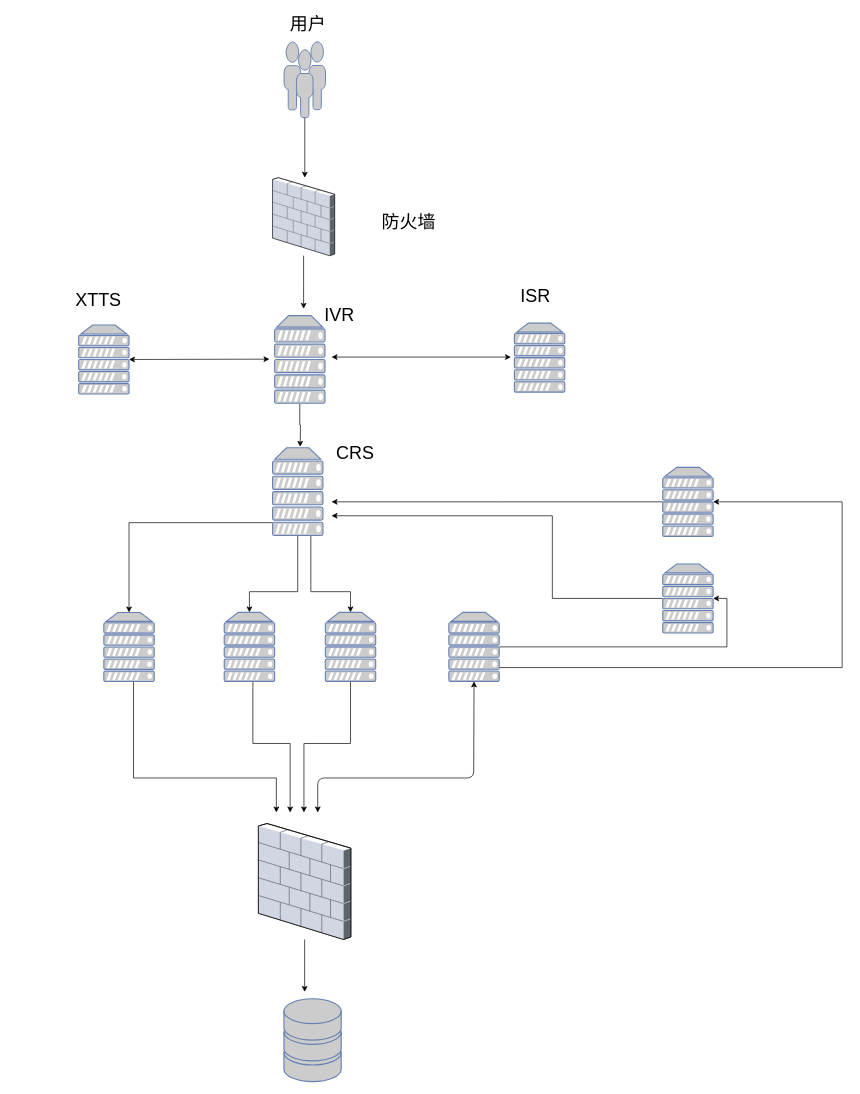
The draw.io diagram page "Page-1" (1 of 2) of 114智能查号物理架构 (1).drawio in baochao1/Myblogs.github.io, before the edit. Source tidied: cells renumbered, new cells numbered last; positions are measured from the earlier drawing's top-left corner, leaving out a move shared by most shapes. Both pictures are drawn from the tidied source at 69%, with x=0, y=0 at pixel (73, 12).
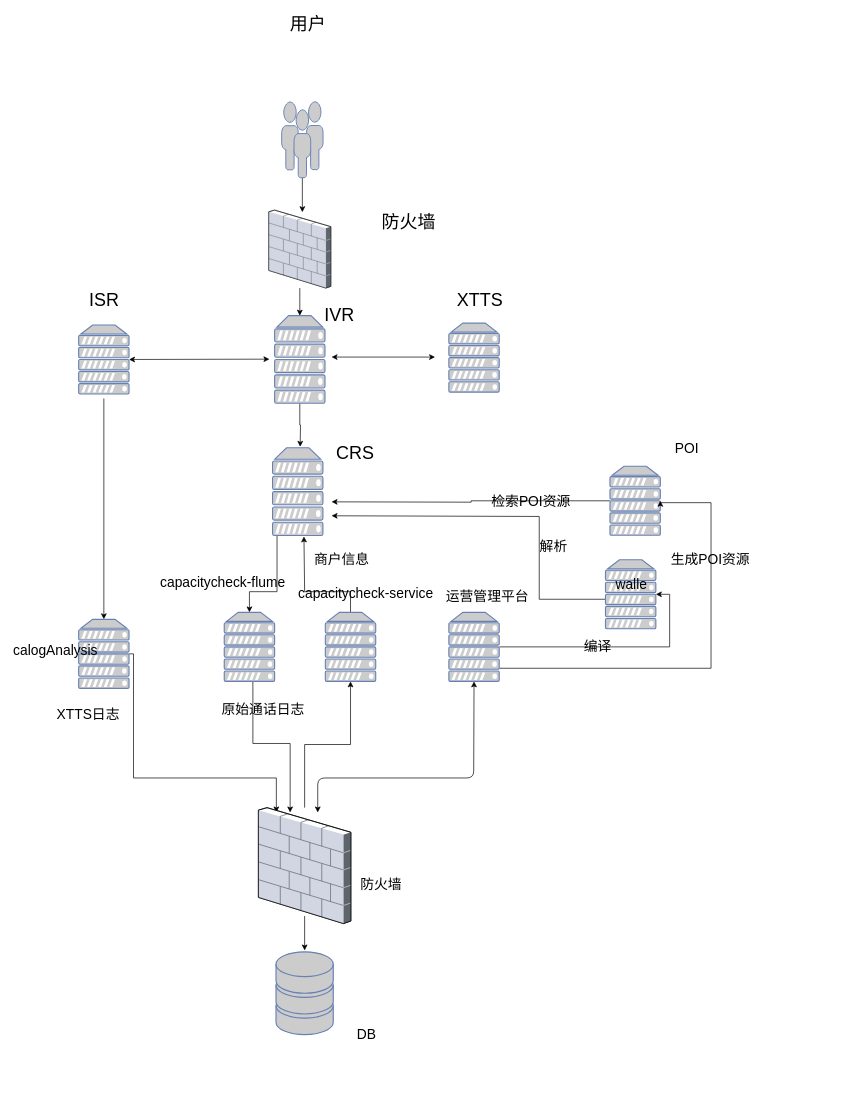
The same diagram, later.

Commit message:
Update 114智能查号物理架构 (1).drawio

The change refers to these unchanged cells:
```xml
<mxCell id="8" style="fontColor=#0066CC;verticalAlign=top;verticalLabelPosition=bottom;labelPosition=center;align=center;html=1;outlineConnect=0;fillColor=#CCCCCC;strokeColor=#6881B3;gradientColor=none;gradientDirection=north;strokeWidth=2;shape=mxgraph.networks.server;" parent="1" vertex="1">
  <mxGeometry x="288.5" y="631.5" width="73" height="127" as="geometry" />
</mxCell>
<mxCell id="10" style="fontColor=#0066CC;verticalAlign=top;verticalLabelPosition=bottom;labelPosition=center;align=center;html=1;outlineConnect=0;fillColor=#CCCCCC;strokeColor=#6881B3;gradientColor=none;gradientDirection=north;strokeWidth=2;shape=mxgraph.networks.server;" parent="1" vertex="1">
  <mxGeometry x="218.5" y="870" width="73" height="100" as="geometry" />
</mxCell>
<mxCell id="20" style="fontColor=#0066CC;verticalAlign=top;verticalLabelPosition=bottom;labelPosition=center;align=center;html=1;outlineConnect=0;fillColor=#CCCCCC;strokeColor=#6881B3;gradientColor=none;gradientDirection=north;strokeWidth=2;shape=mxgraph.networks.server;" parent="1" vertex="1">
  <mxGeometry x="291.5" y="440" width="73" height="127" as="geometry" />
</mxCell>
<mxCell id="24" style="fontColor=#0066CC;verticalAlign=top;verticalLabelPosition=bottom;labelPosition=center;align=center;html=1;outlineConnect=0;fillColor=#CCCCCC;strokeColor=#6881B3;gradientColor=none;gradientDirection=north;strokeWidth=2;shape=mxgraph.networks.server;" parent="1" vertex="1">
  <mxGeometry x="365" y="870" width="73" height="100" as="geometry" />
</mxCell>
<mxCell id="27" style="fontColor=#0066CC;verticalAlign=top;verticalLabelPosition=bottom;labelPosition=center;align=center;html=1;outlineConnect=0;fillColor=#CCCCCC;strokeColor=#6881B3;gradientColor=none;gradientDirection=north;strokeWidth=2;shape=mxgraph.networks.server;" parent="1" vertex="1">
  <mxGeometry x="544" y="870" width="73" height="100" as="geometry" />
</mxCell>
```

What changed in the source:
```diff
@@
     <mxCell id="2" style="fontColor=#0066CC;verticalAlign=top;verticalLabelPosition=bottom;labelPosition=center;align=center;html=1;fillColor=#CCCCCC;strokeColor=#6881B3;gradientColor=none;gradientDirection=north;strokeWidth=2;shape=mxgraph.networks.storage;" parent="1" vertex="1">
-      <mxGeometry x="305" y="1430" width="83" height="120" as="geometry" />
+      <mxGeometry x="293.5" y="1362" width="83" height="120" as="geometry" />
     </mxCell>
@@
-    <mxCell id="5" style="edgeStyle=orthogonalEdgeStyle;rounded=0;jettySize=auto;html=1;entryX=0.5;entryY=0;entryDx=0;entryDy=0;entryPerimeter=0;" parent="1" edge="1" source="8" target="31">
+    <mxCell id="5" style="edgeStyle=orthogonalEdgeStyle;rounded=0;orthogonalLoop=1;jettySize=auto;html=1;" parent="1" edge="1">
       <mxGeometry relative="1" as="geometry">
+        <mxPoint x="44" y="560" as="sourcePoint" />
+        <mxPoint x="44" y="880" as="targetPoint" />
         <Array as="points">
-          <mxPoint x="80" y="740" />
+          <mxPoint x="44" y="871" />
         </Array>
       </mxGeometry>
     </mxCell>
-    <mxCell id="6" style="edgeStyle=orthogonalEdgeStyle;rounded=0;jettySize=auto;html=1;entryX=0.5;entryY=0;entryDx=0;entryDy=0;entryPerimeter=0;fontSize=26;" parent="1" edge="1" source="8" target="24">
-      <mxGeometry relative="1" as="geometry">
-        <Array as="points">
-          <mxPoint x="344" y="840" />
-          <mxPoint x="402" y="840" />
-        </Array>
-      </mxGeometry>
-    </mxCell>
     <mxCell id="7" style="edgeStyle=orthogonalEdgeStyle;rounded=0;jettySize=auto;html=1;fontSize=26;" parent="1" edge="1" source="8" target="10">
       <mxGeometry relative="1" as="geometry">
         <Array as="points">
-          <mxPoint x="325" y="840" />
+          <mxPoint x="295" y="840" />
           <mxPoint x="255" y="840" />
         </Array>
       </mxGeometry>
     </mxCell>
@@
     <mxCell id="12" style="fontColor=#0066CC;verticalAlign=top;verticalLabelPosition=bottom;labelPosition=center;align=center;html=1;outlineConnect=0;fillColor=#CCCCCC;strokeColor=#6881B3;gradientColor=none;gradientDirection=north;strokeWidth=2;shape=mxgraph.networks.server;" parent="1" vertex="1">
-      <mxGeometry x="854" y="659.8" width="73" height="100" as="geometry" />
+      <mxGeometry x="777.5" y="658.3" width="73" height="100" as="geometry" />
     </mxCell>
     <mxCell id="13" style="edgeStyle=orthogonalEdgeStyle;rounded=0;jettySize=auto;html=1;" parent="1" edge="1" source="14">
       <mxGeometry relative="1" as="geometry">
         <mxPoint x="374" y="730" as="targetPoint" />
         <Array as="points">
-          <mxPoint x="694" y="850" />
-          <mxPoint x="694" y="730" />
+          <mxPoint x="675" y="851" />
+          <mxPoint x="675" y="731" />
         </Array>
       </mxGeometry>
     </mxCell>
     <mxCell id="14" style="fontColor=#0066CC;verticalAlign=top;verticalLabelPosition=bottom;labelPosition=center;align=center;html=1;outlineConnect=0;fillColor=#CCCCCC;strokeColor=#6881B3;gradientColor=none;gradientDirection=north;strokeWidth=2;shape=mxgraph.networks.server;" parent="1" vertex="1">
-      <mxGeometry x="854" y="799.8" width="73" height="100" as="geometry" />
+      <mxGeometry x="771" y="793.8" width="73" height="100" as="geometry" />
     </mxCell>
-    <mxCell id="15" style="edgeStyle=orthogonalEdgeStyle;rounded=0;jettySize=auto;html=1;" parent="1" edge="1" source="16">
-      <mxGeometry relative="1" as="geometry">
-        <mxPoint x="335.2" y="240" as="targetPoint" />
-      </mxGeometry>
-    </mxCell>
+    <mxCell id="39" style="edgeStyle=orthogonalEdgeStyle;rounded=0;jettySize=auto;html=1;fontSize=20;" parent="1" edge="1" source="16">
+      <mxGeometry relative="1" as="geometry">
+        <mxPoint x="331.7" y="290" as="targetPoint" />
+      </mxGeometry>
+    </mxCell>
     <mxCell id="16" style="fontColor=#0066CC;verticalAlign=top;verticalLabelPosition=bottom;labelPosition=center;align=center;html=1;outlineConnect=0;fillColor=#CCCCCC;strokeColor=#6881B3;gradientColor=none;gradientDirection=north;strokeWidth=2;shape=mxgraph.networks.users;" parent="1" vertex="1">
-      <mxGeometry x="305.2" y="43" width="60" height="110" as="geometry" />
+      <mxGeometry x="301.7" y="130" width="60" height="110" as="geometry" />
     </mxCell>
-    <mxCell id="17" style="edgeStyle=orthogonalEdgeStyle;rounded=0;jettySize=auto;html=1;" parent="1" edge="1" source="18">
-      <mxGeometry relative="1" as="geometry">
-        <mxPoint x="333.5" y="430" as="targetPoint" />
-      </mxGeometry>
-    </mxCell>
+    <mxCell id="40" style="edgeStyle=orthogonalEdgeStyle;rounded=0;jettySize=auto;html=1;entryX=0.5;entryY=0;entryDx=0;entryDy=0;entryPerimeter=0;fontSize=20;" parent="1" edge="1" source="18" target="20">
+      <mxGeometry relative="1" as="geometry" />
+    </mxCell>
     <mxCell id="18" style="verticalLabelPosition=bottom;html=1;verticalAlign=top;strokeColor=none;align=center;outlineConnect=0;shape=mxgraph.citrix.firewall;" parent="1" vertex="1">
-      <mxGeometry x="288.5" y="240" width="90" height="113" as="geometry" />
+      <mxGeometry x="283" y="287" width="90" height="113" as="geometry" />
     </mxCell>
@@
-    <mxCell id="21" style="edgeStyle=orthogonalEdgeStyle;rounded=0;jettySize=auto;html=1;" parent="1" edge="1" source="22">
+    <mxCell id="21" style="edgeStyle=orthogonalEdgeStyle;rounded=0;orthogonalLoop=1;jettySize=auto;html=1;" parent="1" edge="1">
       <mxGeometry relative="1" as="geometry">
-        <mxPoint x="335" y="1420" as="targetPoint" />
+        <mxPoint x="335" y="1310" as="sourcePoint" />
+        <mxPoint x="335" y="1360" as="targetPoint" />
       </mxGeometry>
     </mxCell>
+    <mxCell id="41" style="edgeStyle=orthogonalEdgeStyle;rounded=0;jettySize=auto;html=1;entryX=0.5;entryY=1;entryDx=0;entryDy=0;entryPerimeter=0;fontSize=20;" parent="1" edge="1" source="22" target="24">
+      <mxGeometry relative="1" as="geometry" />
+    </mxCell>
     <mxCell id="22" style="verticalLabelPosition=bottom;html=1;verticalAlign=top;strokeColor=none;align=center;outlineConnect=0;shape=mxgraph.citrix.firewall;" parent="1" vertex="1">
-      <mxGeometry x="268" y="1176" width="134" height="168" as="geometry" />
+      <mxGeometry x="268" y="1153" width="134" height="168" as="geometry" />
     </mxCell>
-    <mxCell id="23" style="edgeStyle=orthogonalEdgeStyle;rounded=0;jettySize=auto;html=1;" parent="1" edge="1" source="24">
-      <mxGeometry relative="1" as="geometry">
-        <mxPoint x="334" y="1160" as="targetPoint" />
-        <Array as="points">
-          <mxPoint x="402" y="1060" />
-          <mxPoint x="334" y="1060" />
-        </Array>
-      </mxGeometry>
-    </mxCell>
+    <mxCell id="42" style="edgeStyle=orthogonalEdgeStyle;rounded=0;jettySize=auto;html=1;fontSize=20;" parent="1" edge="1" source="24">
+      <mxGeometry relative="1" as="geometry">
+        <mxPoint x="334" y="760" as="targetPoint" />
+        <Array as="points">
+          <mxPoint x="402" y="840" />
+          <mxPoint x="335" y="840" />
+        </Array>
+      </mxGeometry>
+    </mxCell>
@@
     <mxCell id="26" style="edgeStyle=orthogonalEdgeStyle;rounded=0;jettySize=auto;html=1;entryX=1;entryY=0.5;entryDx=0;entryDy=0;entryPerimeter=0;" parent="1" edge="1" source="27" target="12">
       <mxGeometry relative="1" as="geometry">
         <Array as="points">
-          <mxPoint x="1114" y="950" />
-          <mxPoint x="1114" y="710" />
+          <mxPoint x="924" y="951" />
+          <mxPoint x="924" y="711" />
+          <mxPoint x="851" y="711" />
         </Array>
       </mxGeometry>
     </mxCell>
@@
     <mxCell id="28" style="fontColor=#0066CC;verticalAlign=top;verticalLabelPosition=bottom;labelPosition=center;align=center;html=1;fillColor=#CCCCCC;strokeColor=#6881B3;gradientColor=none;gradientDirection=north;strokeWidth=2;shape=mxgraph.networks.server;" parent="1" vertex="1">
-      <mxGeometry x="639" y="450.8" width="73" height="100" as="geometry" />
+      <mxGeometry x="544" y="450.8" width="73" height="100" as="geometry" />
     </mxCell>
@@
     <mxCell id="31" style="fontColor=#0066CC;verticalAlign=top;verticalLabelPosition=bottom;labelPosition=center;align=center;html=1;outlineConnect=0;fillColor=#CCCCCC;strokeColor=#6881B3;gradientColor=none;gradientDirection=north;strokeWidth=2;shape=mxgraph.networks.server;" parent="1" vertex="1">
-      <mxGeometry x="44" y="870.1" width="73" height="100" as="geometry" />
+      <mxGeometry x="7.5" y="880.1" width="73" height="100" as="geometry" />
     </mxCell>
@@
     <mxCell id="35" value="XTTS" style="text;html=1;align=left;verticalAlign=top;spacingTop=-4;fontSize=26;" parent="1" vertex="1">
-      <mxGeometry x="0.5" y="400" width="80" height="30" as="geometry" />
+      <mxGeometry x="554" y="400" width="80" height="30" as="geometry" />
     </mxCell>
-    <mxCell id="36" value="ISR&lt;br&gt;&lt;br&gt;" style="text;html=1;align=left;verticalAlign=top;spacingTop=-4;fontSize=26;" parent="1" vertex="1">
-      <mxGeometry x="645.5" y="393.5" width="60" height="60" as="geometry" />
+    <mxCell id="36" value="ISR&lt;br&gt;" style="text;html=1;align=left;verticalAlign=top;spacingTop=-4;fontSize=26;" parent="1" vertex="1">
+      <mxGeometry x="20.5" y="400" width="60" height="30" as="geometry" />
     </mxCell>
     <mxCell id="37" style="endArrow=classic;startArrow=classic;html=1;fontSize=26;" parent="1" edge="1">
       <mxGeometry relative="1" as="geometry">
         <mxPoint x="374" y="500" as="sourcePoint" />
-        <mxPoint x="634" y="500" as="targetPoint" />
+        <mxPoint x="524" y="500" as="targetPoint" />
       </mxGeometry>
     </mxCell>
@@
+    <mxCell id="43" value="calogAnalysis" style="text;html=1;align=left;verticalAlign=top;spacingTop=-4;fontSize=20;" parent="1" vertex="1">
+      <mxGeometry x="-89.5" y="910" width="90" height="20" as="geometry" />
+    </mxCell>
+    <mxCell id="44" value="运营管理平台" style="text;html=1;align=left;verticalAlign=top;spacingTop=-4;fontSize=20;" parent="1" vertex="1">
+      <mxGeometry x="538" y="832" width="140" height="30" as="geometry" />
+    </mxCell>
+    <mxCell id="45" value="walle" style="text;html=1;align=left;verticalAlign=top;spacingTop=-4;fontSize=20;" parent="1" vertex="1">
+      <mxGeometry x="784" y="814" width="60" height="30" as="geometry" />
+    </mxCell>
+    <mxCell id="46" value="POI&lt;br&gt;" style="text;html=1;align=left;verticalAlign=top;spacingTop=-4;fontSize=20;" parent="1" vertex="1">
+      <mxGeometry x="870" y="618" width="50" height="30" as="geometry" />
+    </mxCell>
+    <mxCell id="47" value="编译" style="text;html=1;align=left;verticalAlign=top;spacingTop=-4;fontSize=20;" parent="1" vertex="1">
+      <mxGeometry x="738" y="905" width="60" height="30" as="geometry" />
+    </mxCell>
+    <mxCell id="48" value="解析" style="text;html=1;align=left;verticalAlign=top;spacingTop=-4;fontSize=20;" parent="1" vertex="1">
+      <mxGeometry x="674" y="760" width="60" height="30" as="geometry" />
+    </mxCell>
+    <mxCell id="49" value="生成POI资源" style="text;html=1;align=left;verticalAlign=top;spacingTop=-4;fontSize=20;" parent="1" vertex="1">
+      <mxGeometry x="864" y="779" width="130" height="30" as="geometry" />
+    </mxCell>
+    <mxCell id="50" value="检索POI资源&lt;br&gt;" style="text;html=1;align=left;verticalAlign=top;spacingTop=-4;fontSize=20;" parent="1" vertex="1">
+      <mxGeometry x="604" y="693.5" width="130" height="30" as="geometry" />
+    </mxCell>
+    <mxCell id="51" value="防火墙" style="text;html=1;align=left;verticalAlign=top;spacingTop=-4;fontSize=20;" parent="1" vertex="1">
+      <mxGeometry x="414" y="1250" width="80" height="30" as="geometry" />
+    </mxCell>
+    <mxCell id="52" value="DB" style="text;html=1;align=left;verticalAlign=top;spacingTop=-4;fontSize=20;" parent="1" vertex="1">
+      <mxGeometry x="409" y="1467" width="40" height="30" as="geometry" />
+    </mxCell>
+    <mxCell id="53" value="&lt;span lang=&quot;EN-US&quot;&gt;capacitycheck-flume&lt;/span&gt;" style="text;html=1;align=left;verticalAlign=top;spacingTop=-4;fontSize=20;" parent="1" vertex="1">
+      <mxGeometry x="124" y="812" width="200" height="30" as="geometry" />
+    </mxCell>
+    <mxCell id="54" value="&lt;span lang=&quot;EN-US&quot;&gt;capacitycheck-service&lt;/span&gt;&lt;br&gt;" style="text;html=1;align=left;verticalAlign=top;spacingTop=-4;fontSize=20;" parent="1" vertex="1">
+      <mxGeometry x="324" y="827" width="210" height="30" as="geometry" />
+    </mxCell>
+    <mxCell id="55" value="原始通话日志" style="text;html=1;align=left;verticalAlign=top;spacingTop=-4;fontSize=20;" parent="1" vertex="1">
+      <mxGeometry x="213" y="996" width="140" height="30" as="geometry" />
+    </mxCell>
+    <mxCell id="56" value="商户信息" style="text;html=1;align=left;verticalAlign=top;spacingTop=-4;fontSize=20;" parent="1" vertex="1">
+      <mxGeometry x="346.5" y="777.5" width="100" height="30" as="geometry" />
+    </mxCell>
+    <mxCell id="57" value="XTTS日志" style="text;html=1;align=left;verticalAlign=top;spacingTop=-4;fontSize=20;" parent="1" vertex="1">
+      <mxGeometry x="-26" y="1003" width="110" height="30" as="geometry" />
+    </mxCell>
```
